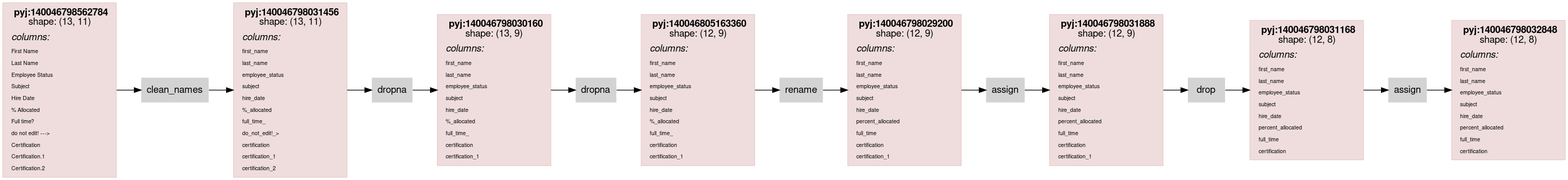
Above: scripts/rdflog/dirty-clean.ttl.dot.png in asmirnov69/pyjviz-poc (Graphviz), before the change. Its source is kept beside it as scripts/rdflog/dirty-clean.ttl.dot.
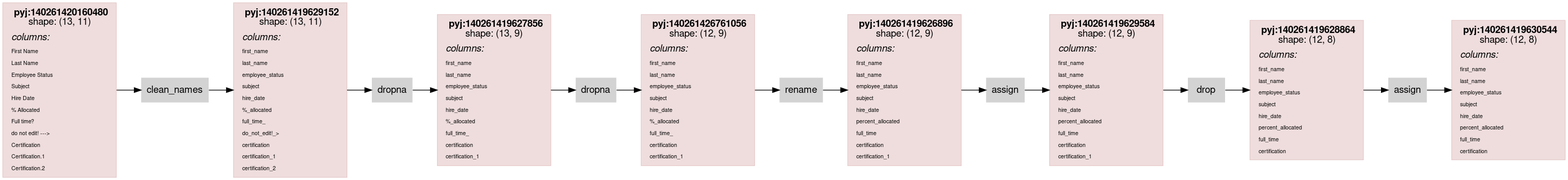
After the change.

Change to the diagram source:
```diff
@@ -14,7 +14,7 @@
                 color="#88000022"
                 shape = rect
                 label = <<table border="0" cellborder="0" cellspacing="0" cellpadding="4">
-                         <tr> <td> <b>pyj:140046798562784</b><br/>shape: (13, 11)</td> </tr>
+                         <tr> <td> <b>pyj:140261420160480</b><br/>shape: (13, 11)</td> </tr>
                          <tr> <td align="left"><i>columns:</i><br align="left"/></td></tr>
                 <tr><td align="left"><FONT POINT-SIZE="8px">First Name</FONT></td></tr>
 <tr><td align="left"><FONT POINT-SIZE="8px">Last Name</FONT></td></tr>
@@ -33,7 +33,7 @@
                 color="#88000022"
                 shape = rect
                 label = <<table border="0" cellborder="0" cellspacing="0" cellpadding="4">
-                         <tr> <td> <b>pyj:140046798031456</b><br/>shape: (13, 11)</td> </tr>
+                         <tr> <td> <b>pyj:140261419629152</b><br/>shape: (13, 11)</td> </tr>
                          <tr> <td align="left"><i>columns:</i><br align="left"/></td></tr>
                 <tr><td align="left"><FONT POINT-SIZE="8px">first_name</FONT></td></tr>
 <tr><td align="left"><FONT POINT-SIZE="8px">last_name</FONT></td></tr>
@@ -52,7 +52,7 @@
                 color="#88000022"
                 shape = rect
                 label = <<table border="0" cellborder="0" cellspacing="0" cellpadding="4">
-                         <tr> <td> <b>pyj:140046798030160</b><br/>shape: (13, 9)</td> </tr>
+                         <tr> <td> <b>pyj:140261419627856</b><br/>shape: (13, 9)</td> </tr>
                          <tr> <td align="left"><i>columns:</i><br align="left"/></td></tr>
                 <tr><td align="left"><FONT POINT-SIZE="8px">first_name</FONT></td></tr>
 <tr><td align="left"><FONT POINT-SIZE="8px">last_name</FONT></td></tr>
@@ -69,7 +69,7 @@
                 color="#88000022"
                 shape = rect
                 label = <<table border="0" cellborder="0" cellspacing="0" cellpadding="4">
-                         <tr> <td> <b>pyj:140046805163360</b><br/>shape: (12, 9)</td> </tr>
+                         <tr> <td> <b>pyj:140261426761056</b><br/>shape: (12, 9)</td> </tr>
                          <tr> <td align="left"><i>columns:</i><br align="left"/></td></tr>
                 <tr><td align="left"><FONT POINT-SIZE="8px">first_name</FONT></td></tr>
 <tr><td align="left"><FONT POINT-SIZE="8px">last_name</FONT></td></tr>
@@ -86,7 +86,7 @@
                 color="#88000022"
                 shape = rect
                 label = <<table border="0" cellborder="0" cellspacing="0" cellpadding="4">
-                         <tr> <td> <b>pyj:140046798029200</b><br/>shape: (12, 9)</td> </tr>
+                         <tr> <td> <b>pyj:140261419626896</b><br/>shape: (12, 9)</td> </tr>
                          <tr> <td align="left"><i>columns:</i><br align="left"/></td></tr>
                 <tr><td align="left"><FONT POINT-SIZE="8px">first_name</FONT></td></tr>
 <tr><td align="left"><FONT POINT-SIZE="8px">last_name</FONT></td></tr>
@@ -103,7 +103,7 @@
                 color="#88000022"
                 shape = rect
                 label = <<table border="0" cellborder="0" cellspacing="0" cellpadding="4">
-                         <tr> <td> <b>pyj:140046798031888</b><br/>shape: (12, 9)</td> </tr>
+                         <tr> <td> <b>pyj:140261419629584</b><br/>shape: (12, 9)</td> </tr>
                          <tr> <td align="left"><i>columns:</i><br align="left"/></td></tr>
                 <tr><td align="left"><FONT POINT-SIZE="8px">first_name</FONT></td></tr>
 <tr><td align="left"><FONT POINT-SIZE="8px">last_name</FONT></td></tr>
@@ -120,7 +120,7 @@
                 color="#88000022"
                 shape = rect
                 label = <<table border="0" cellborder="0" cellspacing="0" cellpadding="4">
-                         <tr> <td> <b>pyj:140046798031168</b><br/>shape: (12, 8)</td> </tr>
+                         <tr> <td> <b>pyj:140261419628864</b><br/>shape: (12, 8)</td> </tr>
                          <tr> <td align="left"><i>columns:</i><br align="left"/></td></tr>
                 <tr><td align="left"><FONT POINT-SIZE="8px">first_name</FONT></td></tr>
 <tr><td align="left"><FONT POINT-SIZE="8px">last_name</FONT></td></tr>
@@ -136,7 +136,7 @@
                 color="#88000022"
                 shape = rect
                 label = <<table border="0" cellborder="0" cellspacing="0" cellpadding="4">
-                         <tr> <td> <b>pyj:140046798032848</b><br/>shape: (12, 8)</td> </tr>
+                         <tr> <td> <b>pyj:140261419630544</b><br/>shape: (12, 8)</td> </tr>
                          <tr> <td align="left"><i>columns:</i><br align="left"/></td></tr>
                 <tr><td align="left"><FONT POINT-SIZE="8px">first_name</FONT></td></tr>
 <tr><td align="left"><FONT POINT-SIZE="8px">last_name</FONT></td></tr>
```
